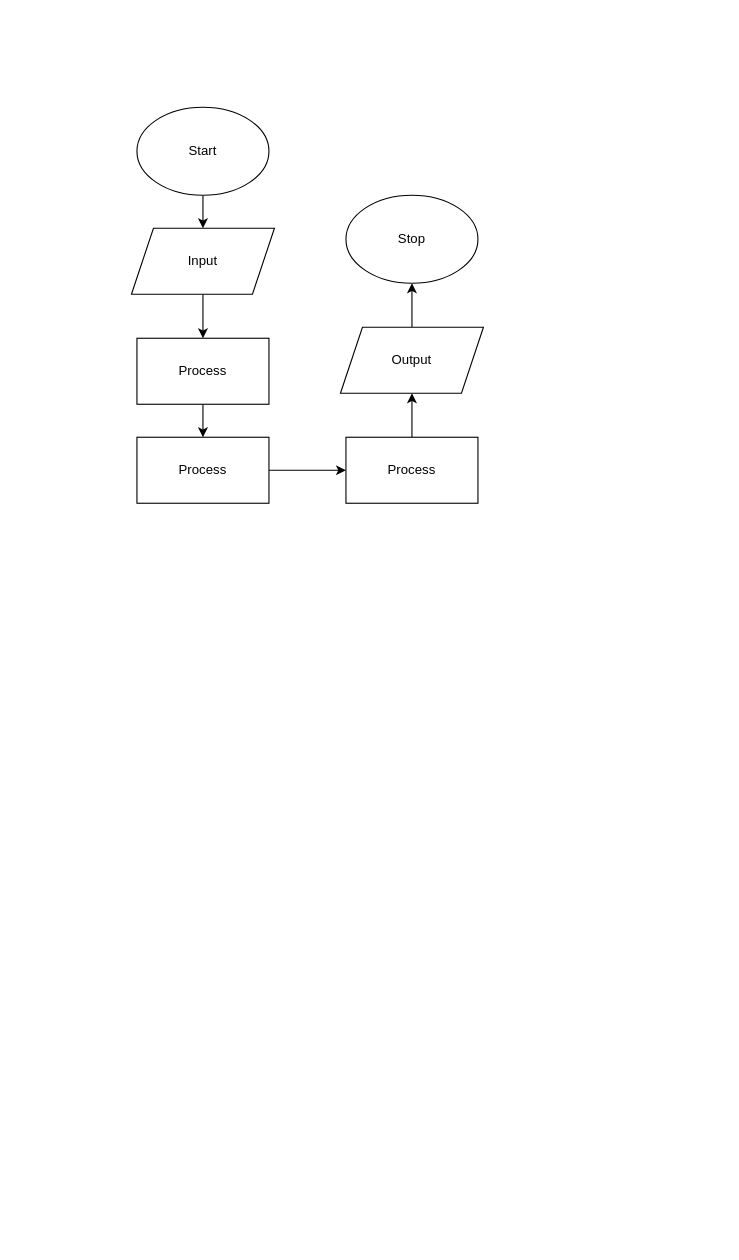
Before: flowchart.drawio in Aleksandr-Ten/ICS3U-Unit4-03-Python, a draw.io diagram. Source tidied: cells renumbered, new cells numbered last; positions are measured from the earlier drawing's top-left corner, leaving out a move shared by most shapes. Both pictures are drawn from the tidied source at 110%, with x=0, y=0 at pixel (131, 107).
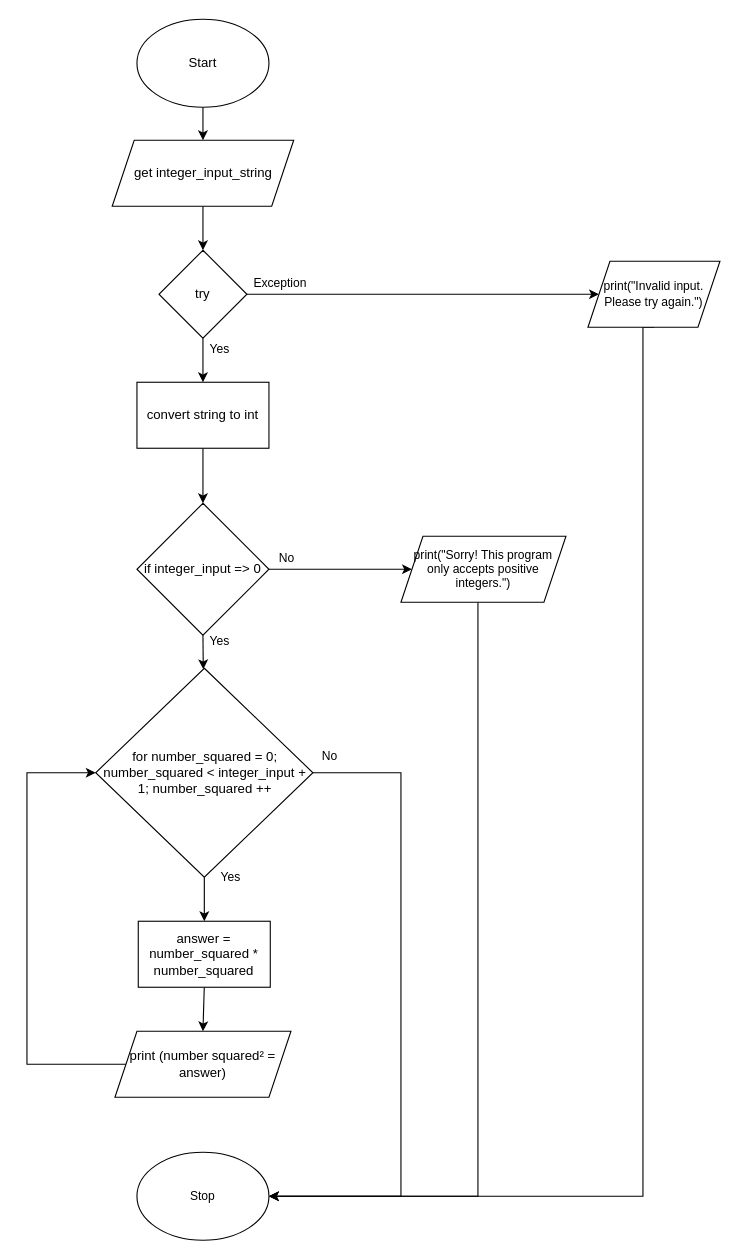
Above is the later version.

Diff of the diagram source:
```diff
@@
     <mxCell id="3" value="Start" style="ellipse;whiteSpace=wrap;html=1;" parent="1" vertex="1">
-      <mxGeometry x="5" width="120" height="80" as="geometry" />
+      <mxGeometry x="5" y="-80" width="120" height="80" as="geometry" />
     </mxCell>
-    <mxCell id="4" style="edgeStyle=none;html=1;exitX=0.5;exitY=1;exitDx=0;exitDy=0;entryX=0.5;entryY=0;entryDx=0;entryDy=0;" parent="1" edge="1" source="5" target="7">
-      <mxGeometry relative="1" as="geometry" />
+    <mxCell id="4" style="edgeStyle=none;html=1;exitX=0.5;exitY=1;exitDx=0;exitDy=0;entryX=0.5;entryY=0;entryDx=0;entryDy=0;" parent="1" edge="1" source="5">
+      <mxGeometry relative="1" as="geometry">
+        <mxPoint x="65" y="130" as="targetPoint" />
+      </mxGeometry>
     </mxCell>
-    <mxCell id="5" value="Input" style="shape=parallelogram;perimeter=parallelogramPerimeter;whiteSpace=wrap;html=1;fixedSize=1;" parent="1" vertex="1">
-      <mxGeometry y="110" width="130" height="60" as="geometry" />
+    <mxCell id="5" value="get integer_input_string" style="shape=parallelogram;perimeter=parallelogramPerimeter;whiteSpace=wrap;html=1;fixedSize=1;" parent="1" vertex="1">
+      <mxGeometry x="-17.5" y="30" width="165" height="60" as="geometry" />
     </mxCell>
-    <mxCell id="6" style="edgeStyle=none;html=1;exitX=0.5;exitY=1;exitDx=0;exitDy=0;" parent="1" edge="1" source="7" target="9">
-      <mxGeometry relative="1" as="geometry" />
-    </mxCell>
-    <mxCell id="7" value="Process" style="rounded=0;whiteSpace=wrap;html=1;" parent="1" vertex="1">
-      <mxGeometry x="5" y="210" width="120" height="60" as="geometry" />
-    </mxCell>
-    <mxCell id="8" style="edgeStyle=none;html=1;exitX=1;exitY=0.5;exitDx=0;exitDy=0;entryX=0;entryY=0.5;entryDx=0;entryDy=0;" parent="1" edge="1" source="9" target="11">
-      <mxGeometry relative="1" as="geometry" />
-    </mxCell>
-    <mxCell id="9" value="Process" style="rounded=0;whiteSpace=wrap;html=1;" parent="1" vertex="1">
-      <mxGeometry x="5" y="300" width="120" height="60" as="geometry" />
-    </mxCell>
-    <mxCell id="10" style="edgeStyle=none;html=1;exitX=0.5;exitY=0;exitDx=0;exitDy=0;" parent="1" edge="1" source="11" target="13">
-      <mxGeometry relative="1" as="geometry" />
-    </mxCell>
-    <mxCell id="11" value="Process" style="rounded=0;whiteSpace=wrap;html=1;" parent="1" vertex="1">
-      <mxGeometry x="195" y="300" width="120" height="60" as="geometry" />
-    </mxCell>
+    <mxCell id="15" style="edgeStyle=none;html=1;exitX=0.5;exitY=1;exitDx=0;exitDy=0;" parent="1" edge="1" source="12" target="18">
+      <mxGeometry relative="1" as="geometry" />
+    </mxCell>
+    <mxCell id="16" style="edgeStyle=orthogonalEdgeStyle;shape=connector;rounded=0;html=1;exitX=1;exitY=0.5;exitDx=0;exitDy=0;labelBackgroundColor=default;fontFamily=Helvetica;fontSize=11;fontColor=default;endArrow=classic;strokeColor=default;" parent="1" edge="1" source="12" target="32">
+      <mxGeometry relative="1" as="geometry" />
+    </mxCell>
-    <mxCell id="12" style="edgeStyle=none;html=1;" parent="1" edge="1" source="13" target="14">
-      <mxGeometry relative="1" as="geometry" />
+    <mxCell id="12" value="try" style="rhombus;whiteSpace=wrap;html=1;" parent="1" vertex="1">
+      <mxGeometry x="25" y="130" width="80" height="80" as="geometry" />
     </mxCell>
-    <mxCell id="13" value="Output" style="shape=parallelogram;perimeter=parallelogramPerimeter;whiteSpace=wrap;html=1;fixedSize=1;" parent="1" vertex="1">
-      <mxGeometry x="190" y="200" width="130" height="60" as="geometry" />
-    </mxCell>
+    <mxCell id="17" style="edgeStyle=none;html=1;exitX=0.5;exitY=1;exitDx=0;exitDy=0;" parent="1" edge="1" source="18" target="21">
+      <mxGeometry relative="1" as="geometry" />
+    </mxCell>
+    <mxCell id="18" value="convert string to int" style="rounded=0;whiteSpace=wrap;html=1;" parent="1" vertex="1">
+      <mxGeometry x="5" y="250" width="120" height="60" as="geometry" />
+    </mxCell>
+    <mxCell id="19" style="edgeStyle=none;html=1;exitX=0.5;exitY=1;exitDx=0;exitDy=0;" parent="1" edge="1" source="21" target="24">
+      <mxGeometry relative="1" as="geometry" />
+    </mxCell>
+    <mxCell id="20" style="edgeStyle=orthogonalEdgeStyle;shape=connector;rounded=0;html=1;exitX=1;exitY=0.5;exitDx=0;exitDy=0;labelBackgroundColor=default;fontFamily=Helvetica;fontSize=11;fontColor=default;endArrow=classic;strokeColor=default;" parent="1" edge="1" source="21" target="30">
+      <mxGeometry relative="1" as="geometry" />
+    </mxCell>
+    <mxCell id="21" value="if integer_input =&amp;gt; 0" style="rhombus;whiteSpace=wrap;html=1;" parent="1" vertex="1">
+      <mxGeometry x="5" y="360" width="120" height="120" as="geometry" />
+    </mxCell>
+    <mxCell id="22" style="edgeStyle=none;html=1;exitX=0.5;exitY=1;exitDx=0;exitDy=0;" parent="1" edge="1" source="24" target="26">
+      <mxGeometry relative="1" as="geometry" />
+    </mxCell>
+    <mxCell id="23" style="edgeStyle=orthogonalEdgeStyle;shape=connector;rounded=0;html=1;entryX=1;entryY=0.5;entryDx=0;entryDy=0;labelBackgroundColor=default;fontFamily=Helvetica;fontSize=11;fontColor=default;endArrow=classic;strokeColor=default;" parent="1" edge="1" source="24" target="14">
+      <mxGeometry relative="1" as="geometry">
+        <Array as="points">
+          <mxPoint x="245" y="605" />
+          <mxPoint x="245" y="990" />
+        </Array>
+      </mxGeometry>
+    </mxCell>
+    <mxCell id="24" value="for number_squared = 0; number_squared &amp;lt; integer_input + 1; number_squared ++" style="rhombus;whiteSpace=wrap;html=1;" parent="1" vertex="1">
+      <mxGeometry x="-32.5" y="510" width="197.5" height="190" as="geometry" />
+    </mxCell>
+    <mxCell id="25" style="edgeStyle=none;html=1;exitX=0.5;exitY=1;exitDx=0;exitDy=0;entryX=0.5;entryY=0;entryDx=0;entryDy=0;" parent="1" edge="1" source="26" target="28">
+      <mxGeometry relative="1" as="geometry" />
+    </mxCell>
+    <mxCell id="26" value="answer = number_squared * number_squared" style="rounded=0;whiteSpace=wrap;html=1;" parent="1" vertex="1">
+      <mxGeometry x="6.2" y="740" width="120" height="60" as="geometry" />
+    </mxCell>
+    <mxCell id="27" style="edgeStyle=orthogonalEdgeStyle;html=1;exitX=0;exitY=0.5;exitDx=0;exitDy=0;entryX=0;entryY=0.5;entryDx=0;entryDy=0;rounded=0;" parent="1" edge="1" source="28" target="24">
+      <mxGeometry relative="1" as="geometry">
+        <Array as="points">
+          <mxPoint x="-95" y="870" />
+          <mxPoint x="-95" y="605" />
+        </Array>
+      </mxGeometry>
+    </mxCell>
+    <mxCell id="28" value="print (number squared² = answer)" style="shape=parallelogram;perimeter=parallelogramPerimeter;whiteSpace=wrap;html=1;fixedSize=1;" parent="1" vertex="1">
+      <mxGeometry x="-15" y="840" width="160" height="60" as="geometry" />
+    </mxCell>
-    <mxCell id="14" value="Stop" style="ellipse;whiteSpace=wrap;html=1;" parent="1" vertex="1">
-      <mxGeometry x="195" y="80" width="120" height="80" as="geometry" />
+    <mxCell id="14" value="Stop" style="ellipse;whiteSpace=wrap;html=1;fontFamily=Helvetica;fontSize=11;fontColor=default;" parent="1" vertex="1">
+      <mxGeometry x="5" y="950" width="120" height="80" as="geometry" />
     </mxCell>
+    <mxCell id="29" style="edgeStyle=orthogonalEdgeStyle;shape=connector;rounded=0;html=1;labelBackgroundColor=default;fontFamily=Helvetica;fontSize=11;fontColor=default;endArrow=classic;strokeColor=default;entryX=1;entryY=0.5;entryDx=0;entryDy=0;" parent="1" edge="1" source="30" target="14">
+      <mxGeometry relative="1" as="geometry">
+        <Array as="points">
+          <mxPoint x="315" y="990" />
+        </Array>
+      </mxGeometry>
+    </mxCell>
+    <mxCell id="30" value="print(&quot;Sorry! This program only accepts positive integers.&quot;)" style="shape=parallelogram;perimeter=parallelogramPerimeter;whiteSpace=wrap;html=1;fixedSize=1;fontFamily=Helvetica;fontSize=11;fontColor=default;" parent="1" vertex="1">
+      <mxGeometry x="245" y="390" width="150" height="60" as="geometry" />
+    </mxCell>
+    <mxCell id="31" style="edgeStyle=orthogonalEdgeStyle;shape=connector;rounded=0;html=1;exitX=0.5;exitY=1;exitDx=0;exitDy=0;labelBackgroundColor=default;fontFamily=Helvetica;fontSize=11;fontColor=default;endArrow=classic;strokeColor=default;entryX=1;entryY=0.5;entryDx=0;entryDy=0;" parent="1" edge="1" source="32" target="14">
+      <mxGeometry relative="1" as="geometry">
+        <Array as="points">
+          <mxPoint x="465" y="200" />
+          <mxPoint x="465" y="990" />
+        </Array>
+      </mxGeometry>
+    </mxCell>
+    <mxCell id="32" value="print(&quot;Invalid input. Please try again.&quot;)" style="shape=parallelogram;perimeter=parallelogramPerimeter;whiteSpace=wrap;html=1;fixedSize=1;fontFamily=Helvetica;fontSize=11;fontColor=default;" parent="1" vertex="1">
+      <mxGeometry x="415" y="140" width="120" height="60" as="geometry" />
+    </mxCell>
+    <mxCell id="33" value="Yes" style="text;html=1;align=center;verticalAlign=middle;fillColor=none;strokeColor=none;rounded=0;fontFamily=Helvetica;fontSize=11;fontColor=default;" parent="1" vertex="1">
+      <mxGeometry x="75" y="690" width="30" height="20" as="geometry" />
+    </mxCell>
+    <mxCell id="34" value="Yes" style="text;html=1;align=center;verticalAlign=middle;fillColor=none;strokeColor=none;rounded=0;fontFamily=Helvetica;fontSize=11;fontColor=default;" parent="1" vertex="1">
+      <mxGeometry x="65" y="475" width="30" height="20" as="geometry" />
+    </mxCell>
+    <mxCell id="35" value="Yes" style="text;html=1;align=center;verticalAlign=middle;fillColor=none;strokeColor=none;rounded=0;fontFamily=Helvetica;fontSize=11;fontColor=default;" parent="1" vertex="1">
+      <mxGeometry x="65" y="210" width="30" height="20" as="geometry" />
+    </mxCell>
+    <mxCell id="36" value="Exception" style="text;html=1;align=center;verticalAlign=middle;fillColor=none;strokeColor=none;rounded=0;fontFamily=Helvetica;fontSize=11;fontColor=default;" parent="1" vertex="1">
+      <mxGeometry x="105" y="150" width="60" height="20" as="geometry" />
+    </mxCell>
+    <mxCell id="37" value="No" style="text;html=1;align=center;verticalAlign=middle;fillColor=none;strokeColor=none;rounded=0;fontFamily=Helvetica;fontSize=11;fontColor=default;" parent="1" vertex="1">
+      <mxGeometry x="126.2" y="400" width="30" height="20" as="geometry" />
+    </mxCell>
+    <mxCell id="38" value="No" style="text;html=1;align=center;verticalAlign=middle;fillColor=none;strokeColor=none;rounded=0;fontFamily=Helvetica;fontSize=11;fontColor=default;" parent="1" vertex="1">
+      <mxGeometry x="165" y="580" width="30" height="20" as="geometry" />
+    </mxCell>
```
